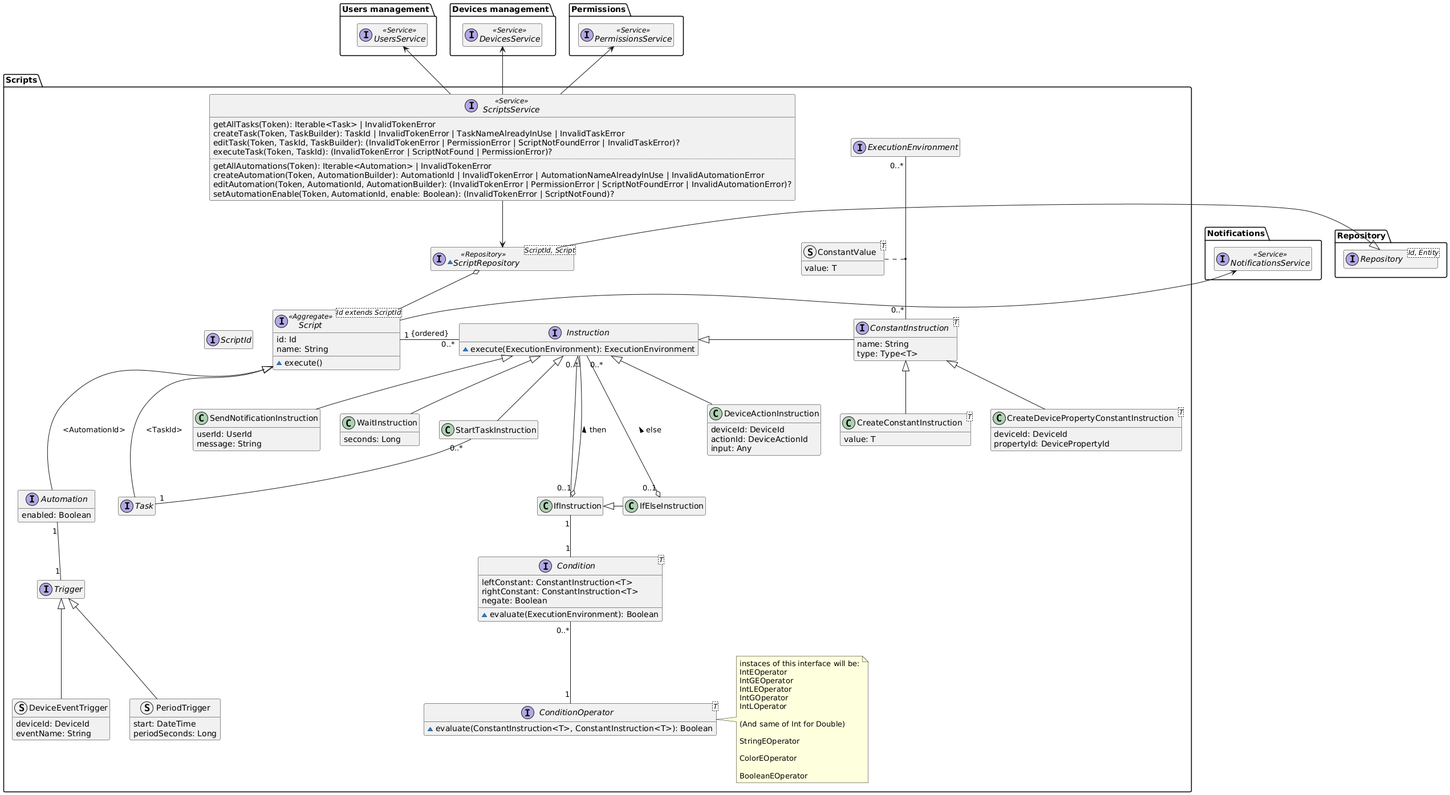
Before: diagrams/generated/scripts-domain-model.png, a diagram exported from PlantUML (DomoticASW/.github).
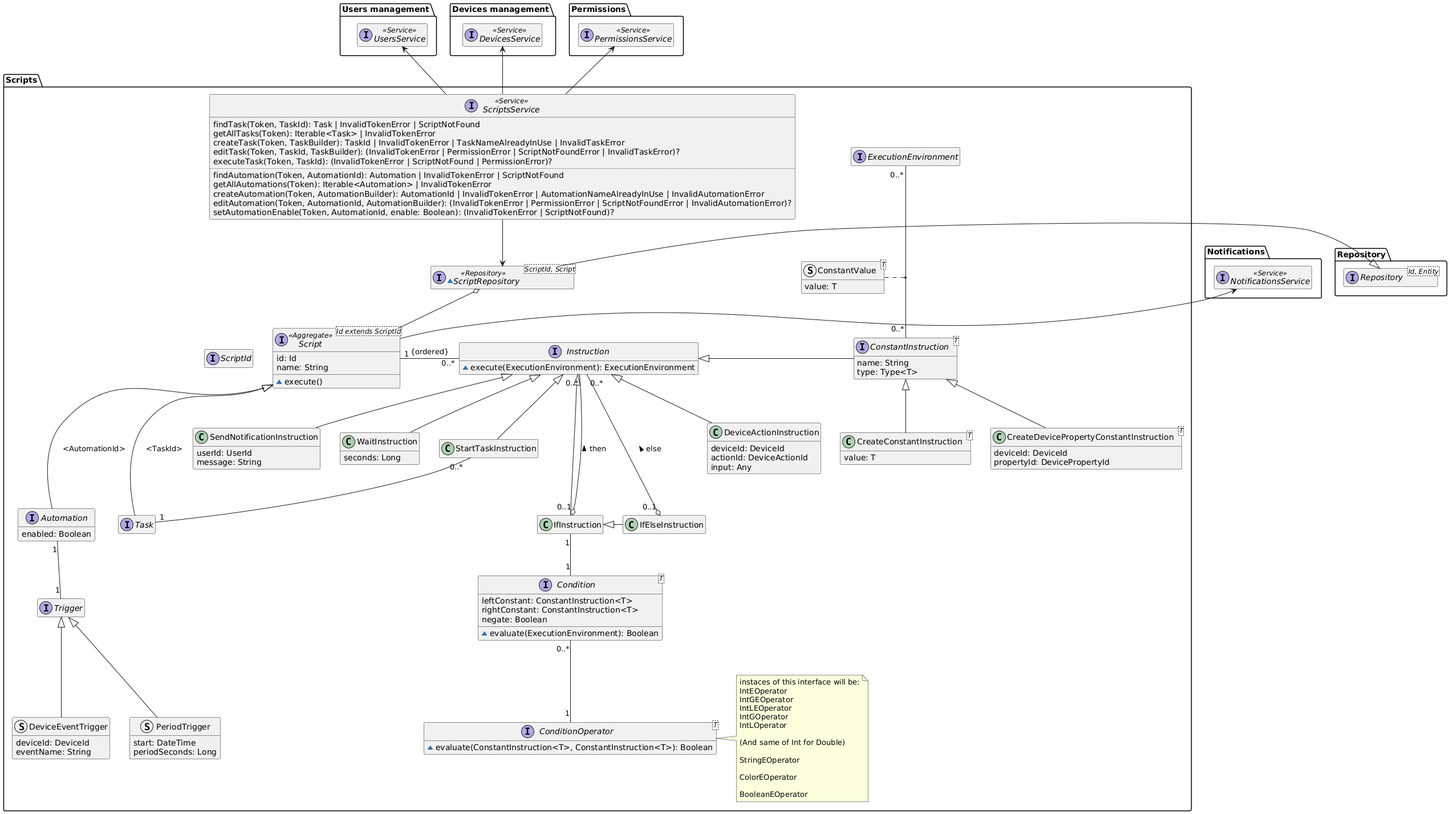
The same file after the commit.

Commit message:
Description of script domain model diagram

What changed in the source:
```diff
@@ -129,11 +129,13 @@
     ScriptRepository o-- Script
 
     interface ScriptsService <<Service>> {
+        findTask(Token, TaskId): Task | InvalidTokenError | ScriptNotFound
         getAllTasks(Token): Iterable<Task> | InvalidTokenError
         createTask(Token, TaskBuilder): TaskId | InvalidTokenError | TaskNameAlreadyInUse | InvalidTaskError
         editTask(Token, TaskId, TaskBuilder): (InvalidTokenError | PermissionError | ScriptNotFoundError | InvalidTaskError)?
         executeTask(Token, TaskId): (InvalidTokenError | ScriptNotFound | PermissionError)?
         ..
+        findAutomation(Token, AutomationId): Automation | InvalidTokenError | ScriptNotFound
         getAllAutomations(Token): Iterable<Automation> | InvalidTokenError
         createAutomation(Token, AutomationBuilder): AutomationId | InvalidTokenError | AutomationNameAlreadyInUse | InvalidAutomationError
         editAutomation(Token, AutomationId, AutomationBuilder): (InvalidTokenError | PermissionError | ScriptNotFoundError | InvalidAutomationError)?
```
